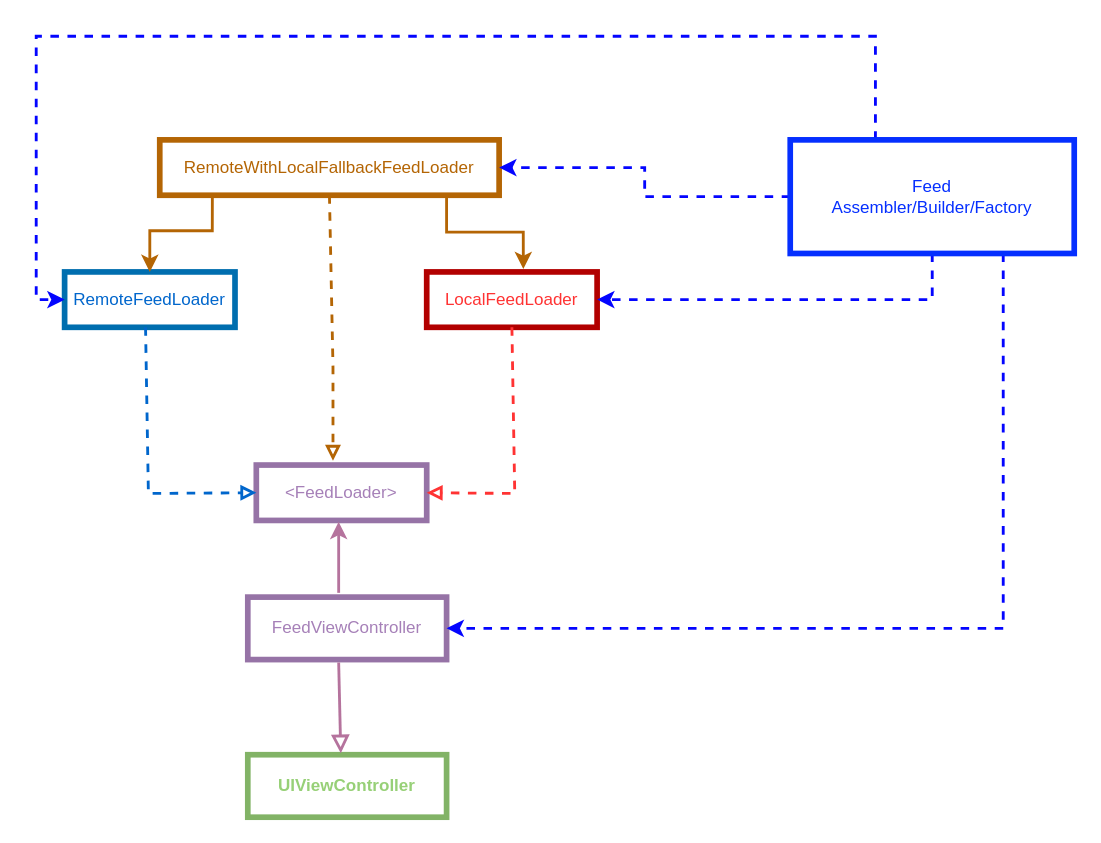
Earlier version of the draw.io diagram iOS Lead Essentials/PlanningAndSystemDesign/Diagrams/04_Architecture_And_Modular_Design.drawio (gopal-iosdev/essential_developer). Source tidied: cells renumbered, new cells numbered last; positions are measured from the earlier drawing's top-left corner, leaving out a move shared by most shapes. Both pictures are drawn from the tidied source at 142%, with x=0, y=0 at pixel (36, 36).
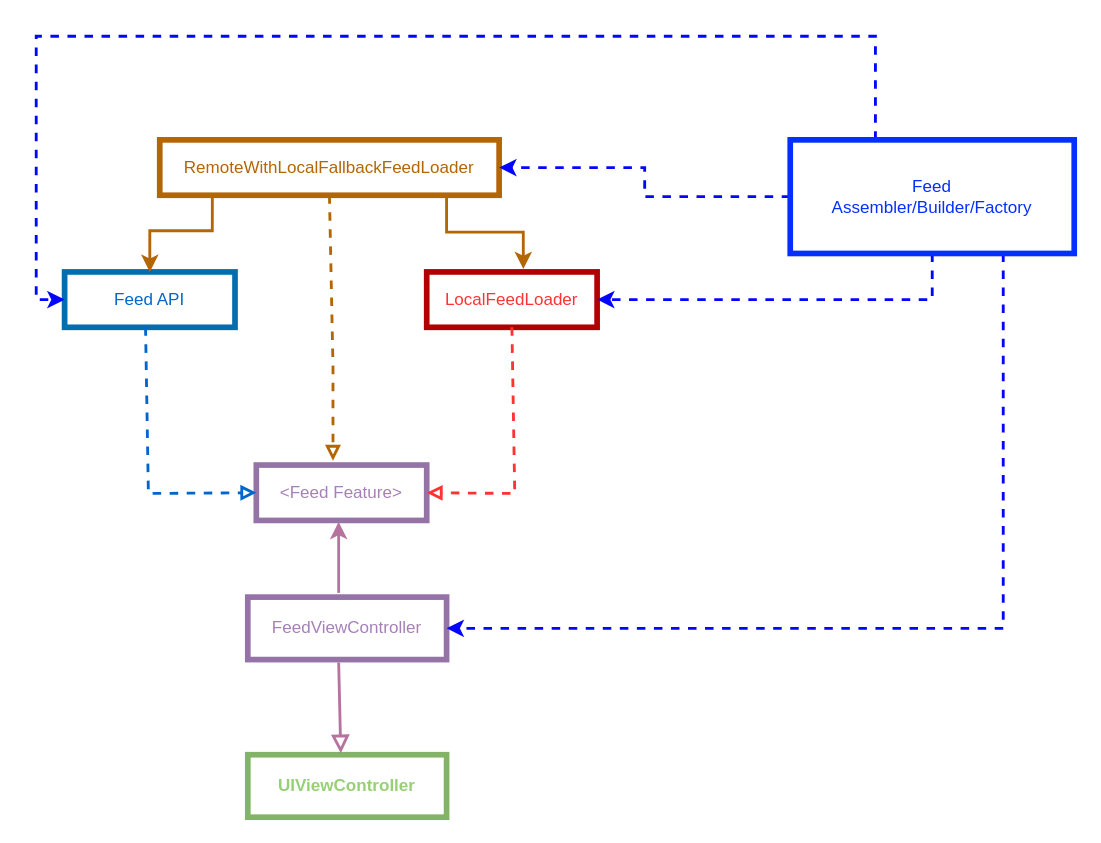
Above is the later version.

Commit message:
Updated architecture diagram

The edit, as a diff of the source:
```diff
@@
-    <mxCell id="4" value="&lt;font color=&quot;#a680b8&quot;&gt;&amp;lt;FeedLoader&amp;gt;&lt;/font&gt;" style="rounded=0;whiteSpace=wrap;html=1;fillColor=none;strokeColor=#9673a6;strokeWidth=4;" parent="1" vertex="1">
+    <mxCell id="4" value="&lt;font color=&quot;#a680b8&quot;&gt;&amp;lt;Feed Feature&amp;gt;&lt;/font&gt;" style="rounded=0;whiteSpace=wrap;html=1;fillColor=none;strokeColor=#9673a6;strokeWidth=4;" parent="1" vertex="1">
       <mxGeometry x="155" y="302" width="120" height="39" as="geometry" />
     </mxCell>
@@
-    <mxCell id="6" value="&lt;font color=&quot;#0066cc&quot;&gt;RemoteFeedLoader&lt;/font&gt;" style="rounded=0;whiteSpace=wrap;html=1;fillColor=none;strokeColor=#006EAF;strokeWidth=4;fontColor=#ffffff;" parent="1" vertex="1">
+    <mxCell id="6" value="&lt;font color=&quot;#0066cc&quot;&gt;Feed API&lt;/font&gt;" style="rounded=0;whiteSpace=wrap;html=1;fillColor=none;strokeColor=#006EAF;strokeWidth=4;fontColor=#ffffff;" parent="1" vertex="1">
       <mxGeometry x="20" y="166" width="120" height="39" as="geometry" />
     </mxCell>
```
